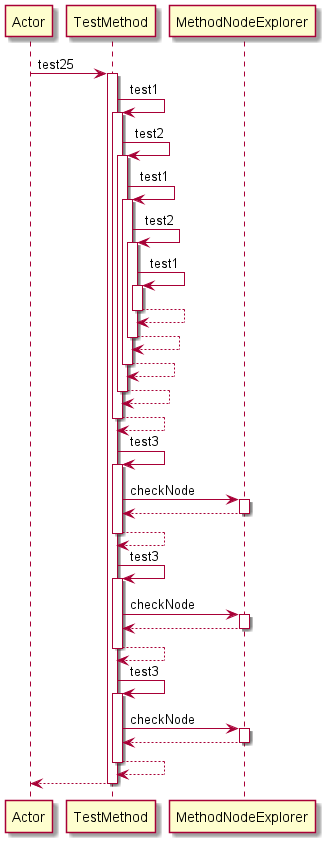
This is Diagrams/DEEP/test25.png from manucapo/Gardener, a PlantUML export, as it was before one commit.
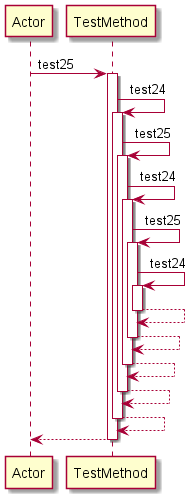
The same file after the commit.

The edit, as a diff of the source:
```diff
@@ -2,15 +2,15 @@
 participant Actor
 Actor -> TestMethod: test25
 activate TestMethod
-TestMethod -> TestMethod: test1
+TestMethod -> TestMethod: test24
 activate TestMethod
-TestMethod -> TestMethod: test2
+TestMethod -> TestMethod: test25
 activate TestMethod
-TestMethod -> TestMethod: test1
+TestMethod -> TestMethod: test24
 activate TestMethod
-TestMethod -> TestMethod: test2
+TestMethod -> TestMethod: test25
 activate TestMethod
-TestMethod -> TestMethod: test1
+TestMethod -> TestMethod: test24
 activate TestMethod
 TestMethod-->TestMethod
 deactivate TestMethod
@@ -22,29 +22,5 @@
 deactivate TestMethod
 TestMethod-->TestMethod
 deactivate TestMethod
-TestMethod -> TestMethod: test3
-activate TestMethod
-TestMethod -> MethodNodeExplorer: checkNode
-activate MethodNodeExplorer
-MethodNodeExplorer-->TestMethod
-deactivate MethodNodeExplorer
-TestMethod-->TestMethod
-deactivate TestMethod
-TestMethod -> TestMethod: test3
-activate TestMethod
-TestMethod -> MethodNodeExplorer: checkNode
-activate MethodNodeExplorer
-MethodNodeExplorer-->TestMethod
-deactivate MethodNodeExplorer
-TestMethod-->TestMethod
-deactivate TestMethod
-TestMethod -> TestMethod: test3
-activate TestMethod
-TestMethod -> MethodNodeExplorer: checkNode
-activate MethodNodeExplorer
-MethodNodeExplorer-->TestMethod
-deactivate MethodNodeExplorer
-TestMethod-->TestMethod
-deactivate TestMethod
 return
 @enduml
```
